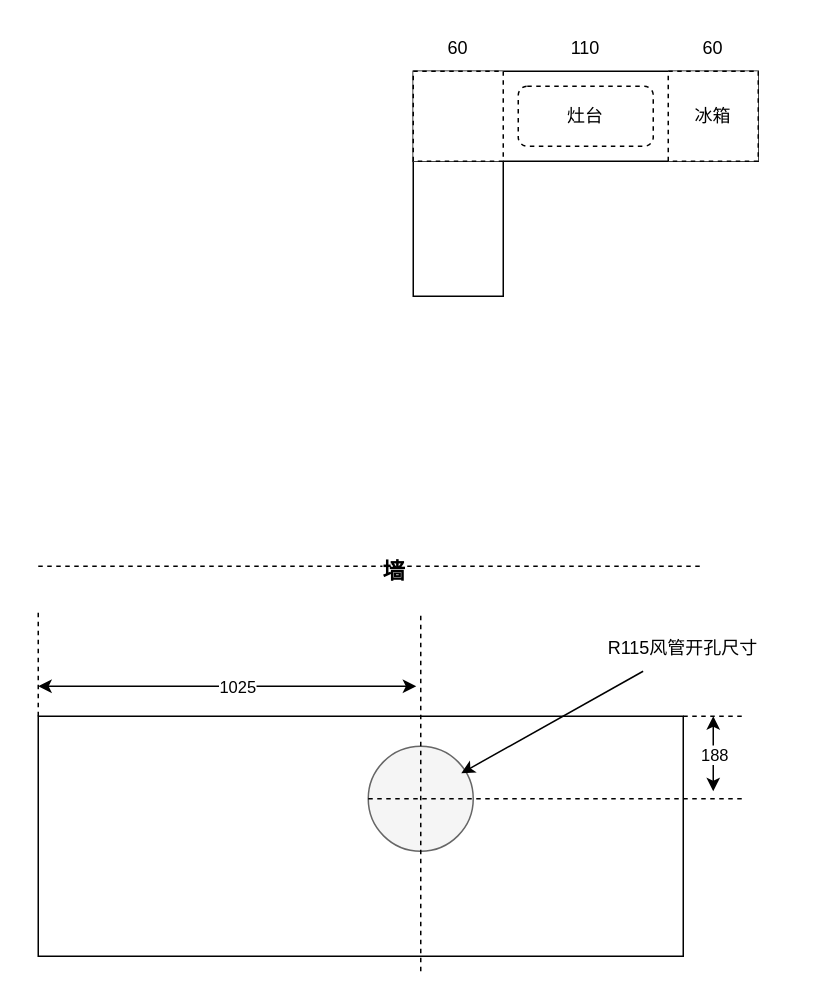
Earlier version of the draw.io diagram wiz/CF.drawio (smileLuckBoy/drowio). Source tidied: cells renumbered, new cells numbered last; positions are measured from the earlier drawing's top-left corner, leaving out a move shared by most shapes. Both pictures are drawn from the tidied source at 150%, with x=0, y=0 at pixel (38, 26).
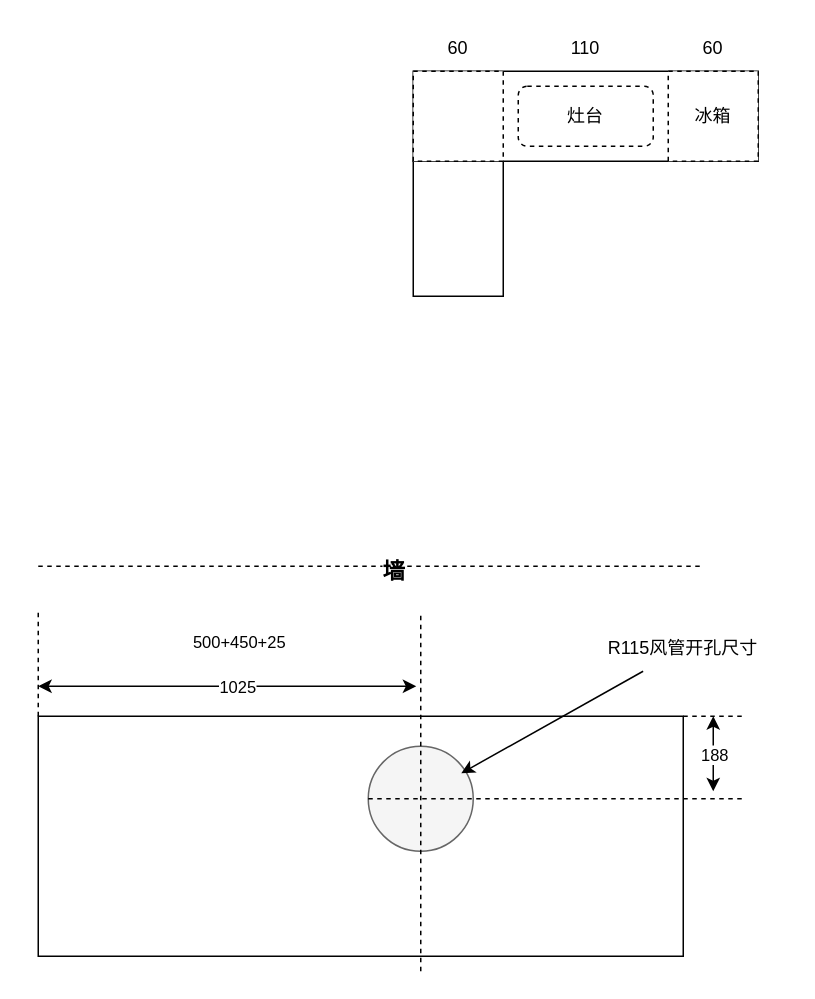
The same page after the edit.

What changed in the source:
```diff
@@
+    <mxCell id="24" value="500+450+25" style="edgeLabel;html=1;align=center;verticalAlign=middle;" parent="1" vertex="1">
+      <mxGeometry x="110" y="390" as="geometry">
+        <mxPoint x="23" y="20" as="offset" />
+      </mxGeometry>
+    </mxCell>
```
